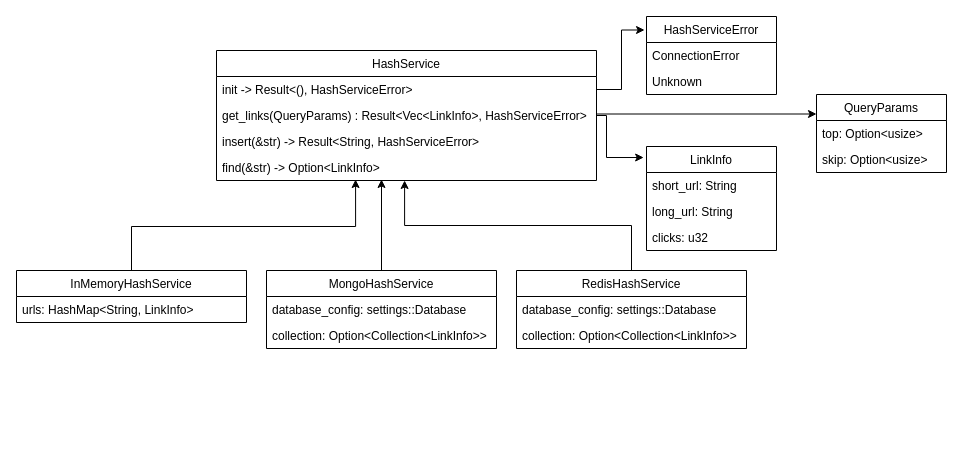
Before: page "hashservice" (3 of 6) of docs/url-shortener.drawio in ivanenkomaksym/rust-short-url, a draw.io diagram. Source tidied: cells renumbered, new cells numbered last; positions are measured from the earlier drawing's top-left corner, leaving out a move shared by most shapes. Both pictures are drawn from the tidied source at 100%, with x=0, y=0 at pixel (16, 16).
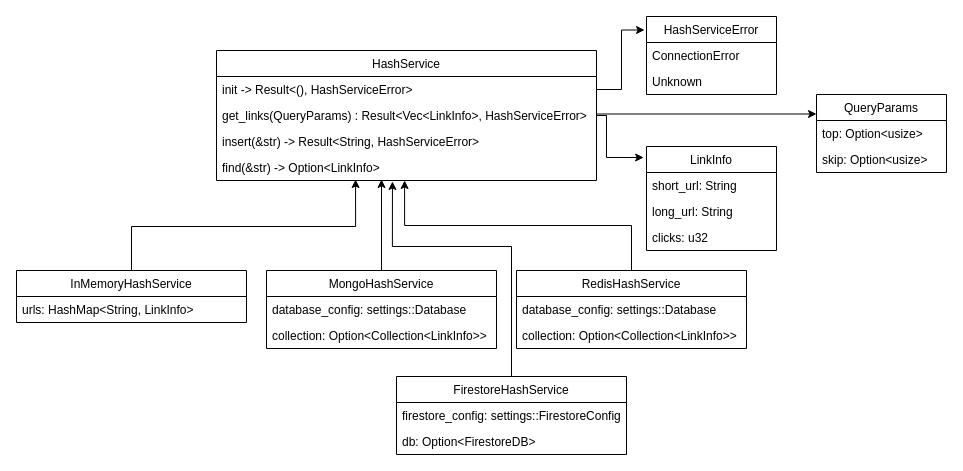
Above is the later version.

Unchanged cells that the change refers to:
```xml
<mxCell id="6" value="find(&amp;str) -&gt; Option&lt;LinkInfo&gt;" style="text;strokeColor=none;fillColor=none;align=left;verticalAlign=top;spacingLeft=4;spacingRight=4;overflow=hidden;points=[[0,0.5],[1,0.5]];portConstraint=eastwest;" parent="2" vertex="1">
  <mxGeometry y="104" width="380" height="26" as="geometry" />
</mxCell>
```

Change to the diagram source:
```diff
@@
+    <mxCell id="31" value="FirestoreHashService" style="swimlane;fontStyle=0;horizontal=1;startSize=26;fillColor=none;" parent="1" vertex="1">
+      <mxGeometry x="380" y="360" width="230" height="78" as="geometry" />
+    </mxCell>
+    <mxCell id="32" value="firestore_config: settings::FirestoreConfig&#10;" style="text;strokeColor=none;fillColor=none;align=left;verticalAlign=top;spacingLeft=4;spacingRight=4;overflow=hidden;" parent="31" vertex="1">
+      <mxGeometry y="26" width="230" height="26" as="geometry" />
+    </mxCell>
+    <mxCell id="33" value="db: Option&lt;FirestoreDB&gt;" style="text;strokeColor=none;fillColor=none;align=left;verticalAlign=top;spacingLeft=4;spacingRight=4;overflow=hidden;" parent="31" vertex="1">
+      <mxGeometry y="52" width="230" height="26" as="geometry" />
+    </mxCell>
+    <mxCell id="34" style="edgeStyle=orthogonalEdgeStyle;rounded=0;jettySize=auto;html=1;entryX=0.463;entryY=1.038;entryDx=0;entryDy=0;entryPerimeter=0;" parent="1" edge="1" source="31" target="6">
+      <mxGeometry relative="1" as="geometry">
+        <Array as="points">
+          <mxPoint x="495" y="230" />
+          <mxPoint x="376" y="230" />
+        </Array>
+      </mxGeometry>
+    </mxCell>
```
